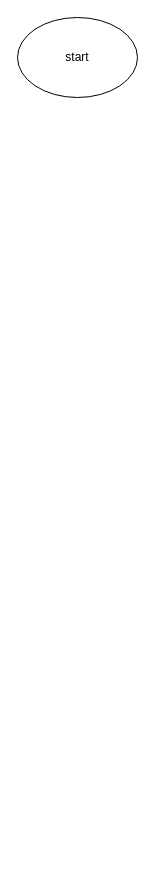
The draw.io diagram 2-6-26-7-2023-ว22103.drawio in patin-osu/files-manager, before the edit. Source tidied: cells renumbered, new cells numbered last; positions are measured from the earlier drawing's top-left corner, leaving out a move shared by most shapes. Both pictures are drawn from the tidied source at 100%, with x=0, y=0 at pixel (17, 17).
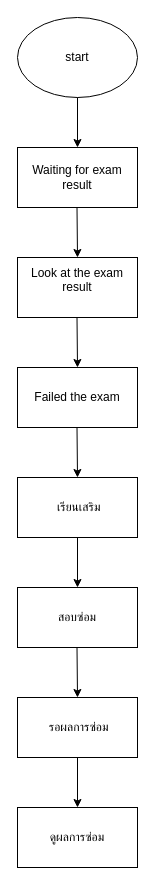
After the change.

Commit message:
Update this shit

The change refers to these unchanged cells:
```xml
<mxCell id="2" value="start" style="ellipse;whiteSpace=wrap;html=1;" parent="1" vertex="1">
  <mxGeometry width="120" height="80" as="geometry" />
</mxCell>
```

What changed in the source:
```diff
@@
+    <mxCell id="3" value="Waiting for exam result" style="rounded=0;whiteSpace=wrap;html=1;" parent="1" vertex="1">
+      <mxGeometry y="130" width="120" height="60" as="geometry" />
+    </mxCell>
+    <mxCell id="4" style="endArrow=classic;html=1;rounded=0;exitX=0.5;exitY=1;exitDx=0;exitDy=0;" parent="1" edge="1" source="2">
+      <mxGeometry relative="1" as="geometry">
+        <mxPoint x="60" y="130" as="targetPoint" />
+      </mxGeometry>
+    </mxCell>
+    <mxCell id="5" value="&lt;div&gt;Look at the exam result&lt;/div&gt;&lt;div&gt;&lt;br&gt;&lt;/div&gt;" style="rounded=0;whiteSpace=wrap;html=1;" parent="1" vertex="1">
+      <mxGeometry y="240" width="120" height="60" as="geometry" />
+    </mxCell>
+    <mxCell id="6" style="endArrow=classic;html=1;rounded=0;entryX=0.5;entryY=0;entryDx=0;entryDy=0;" parent="1" edge="1" target="5">
+      <mxGeometry relative="1" as="geometry">
+        <mxPoint x="59.5" y="190" as="sourcePoint" />
+      </mxGeometry>
+    </mxCell>
+    <mxCell id="7" value="&lt;div&gt;Failed the exam&lt;/div&gt;" style="rounded=0;whiteSpace=wrap;html=1;" parent="1" vertex="1">
+      <mxGeometry y="350" width="120" height="60" as="geometry" />
+    </mxCell>
+    <mxCell id="8" style="endArrow=classic;html=1;rounded=0;" parent="1" edge="1">
+      <mxGeometry relative="1" as="geometry">
+        <mxPoint x="59.5" y="300" as="sourcePoint" />
+        <mxPoint x="60" y="350" as="targetPoint" />
+      </mxGeometry>
+    </mxCell>
+    <mxCell id="9" value="&amp;nbsp;เรียนเสริม" style="rounded=0;whiteSpace=wrap;html=1;" parent="1" vertex="1">
+      <mxGeometry y="460" width="120" height="60" as="geometry" />
+    </mxCell>
+    <mxCell id="10" style="endArrow=classic;html=1;rounded=0;entryX=0.5;entryY=0;entryDx=0;entryDy=0;" parent="1" edge="1" target="9">
+      <mxGeometry relative="1" as="geometry">
+        <mxPoint x="59.5" y="410" as="sourcePoint" />
+      </mxGeometry>
+    </mxCell>
+    <mxCell id="11" value="สอบซ่อม" style="rounded=0;whiteSpace=wrap;html=1;" parent="1" vertex="1">
+      <mxGeometry y="570" width="120" height="60" as="geometry" />
+    </mxCell>
+    <mxCell id="12" style="endArrow=classic;html=1;rounded=0;entryX=0.5;entryY=0;entryDx=0;entryDy=0;exitX=0.5;exitY=1;exitDx=0;exitDy=0;" parent="1" edge="1" source="9" target="11">
+      <mxGeometry relative="1" as="geometry" />
+    </mxCell>
+    <mxCell id="13" value="&amp;nbsp;รอผลการซ่อม" style="rounded=0;whiteSpace=wrap;html=1;" parent="1" vertex="1">
+      <mxGeometry y="680" width="120" height="60" as="geometry" />
+    </mxCell>
+    <mxCell id="14" style="endArrow=classic;html=1;rounded=0;" parent="1" edge="1">
+      <mxGeometry relative="1" as="geometry">
+        <mxPoint x="59.5" y="630" as="sourcePoint" />
+        <mxPoint x="60" y="680" as="targetPoint" />
+      </mxGeometry>
+    </mxCell>
+    <mxCell id="15" value="ดูผลการซ่อม" style="rounded=0;whiteSpace=wrap;html=1;" parent="1" vertex="1">
+      <mxGeometry y="790" width="120" height="60" as="geometry" />
+    </mxCell>
+    <mxCell id="16" style="endArrow=classic;html=1;rounded=0;exitX=0.5;exitY=1;exitDx=0;exitDy=0;entryX=0.5;entryY=0;entryDx=0;entryDy=0;" parent="1" edge="1" source="13" target="15">
+      <mxGeometry relative="1" as="geometry" />
+    </mxCell>
```
